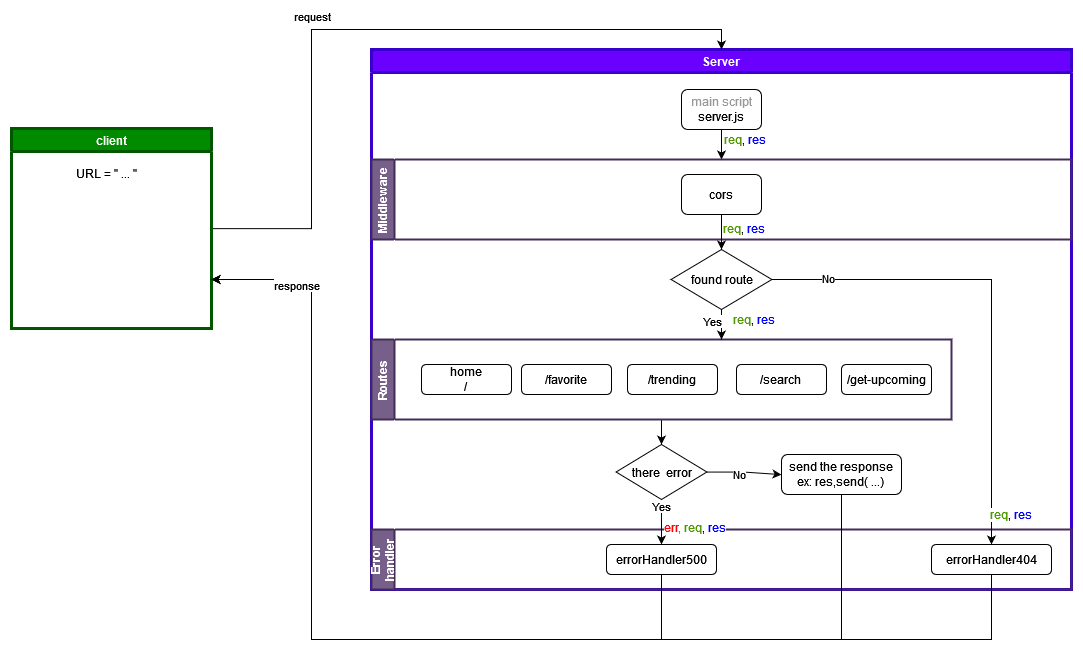
This is assets/wrrc-2.png from emammounqer/Movies-Library, a draw.io export, as it was before one commit. Source tidied: cells renumbered, new cells last; positions are measured from the earlier drawing's top-left corner, leaving out a move shared by most shapes.
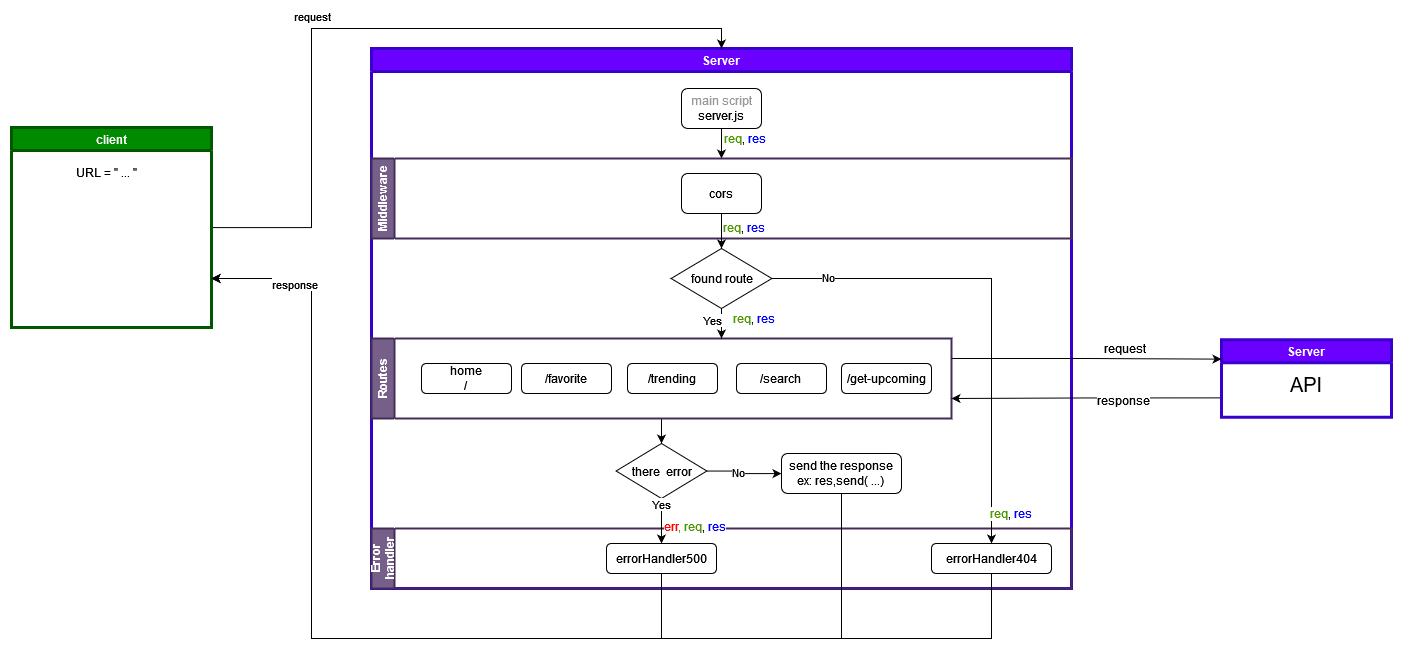
After the change.

Commit message:
update my wrrc img

The edit, as a diff of the source:
```diff
@@ -155,5 +155,27 @@
     <mxCell id="41" value="&lt;font style=&quot;background-color: rgb(255, 255, 255);&quot; color=&quot;#4D9900&quot;&gt;&lt;font color=&quot;#FF0000&quot;&gt;err&lt;/font&gt;, req&lt;/font&gt;&lt;span style=&quot;background-color: rgb(255, 255, 255);&quot;&gt;, &lt;font color=&quot;#0000FF&quot;&gt;res&lt;/font&gt;&lt;/span&gt;" style="text;html=1;strokeColor=none;fillColor=none;align=center;verticalAlign=middle;whiteSpace=wrap;rounded=0;fontColor=#000000;" parent="1" vertex="1">
       <mxGeometry x="641" y="493" width="86" height="10" as="geometry" />
     </mxCell>
+    <mxCell id="42" style="edgeStyle=orthogonalEdgeStyle;rounded=0;jettySize=auto;html=1;exitX=0;exitY=0.75;exitDx=0;exitDy=0;entryX=1;entryY=0.75;entryDx=0;entryDy=0;fontSize=20;" parent="1" edge="1" source="44" target="6">
+      <mxGeometry relative="1" as="geometry" />
+    </mxCell>
+    <mxCell id="43" value="response" style="edgeLabel;html=1;align=center;verticalAlign=middle;fontSize=12;" parent="42" vertex="1">
+      <mxGeometry x="-0.35" relative="1" as="geometry">
+        <mxPoint x="-12" y="2" as="offset" />
+      </mxGeometry>
+    </mxCell>
+    <mxCell id="44" value="Server" style="swimlane;whiteSpace=wrap;html=1;startSize=23;fillColor=#6a00ff;strokeColor=#3700CC;fontColor=#ffffff;strokeWidth=3;" parent="1" vertex="1">
+      <mxGeometry x="1210" y="311.2" width="170" height="77.5" as="geometry" />
+    </mxCell>
+    <mxCell id="45" value="API" style="text;html=1;strokeColor=none;fillColor=none;align=center;verticalAlign=middle;whiteSpace=wrap;rounded=0;fontSize=20;" parent="44" vertex="1">
+      <mxGeometry x="55" y="30" width="60" height="30" as="geometry" />
+    </mxCell>
+    <mxCell id="46" style="edgeStyle=orthogonalEdgeStyle;rounded=0;jettySize=auto;html=1;exitX=1;exitY=0.25;exitDx=0;exitDy=0;entryX=0;entryY=0.25;entryDx=0;entryDy=0;fontSize=20;" parent="1" edge="1" source="6" target="44">
+      <mxGeometry relative="1" as="geometry" />
+    </mxCell>
+    <mxCell id="47" value="request" style="edgeLabel;html=1;align=center;verticalAlign=middle;fontSize=12;" parent="46" vertex="1">
+      <mxGeometry x="0.27" relative="1" as="geometry">
+        <mxPoint y="-11" as="offset" />
+      </mxGeometry>
+    </mxCell>
   </root>
 </mxGraphModel>
```
